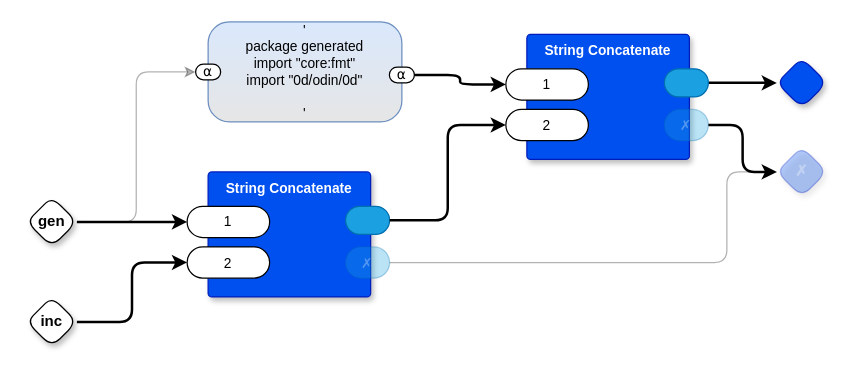
Earlier version of the draw.io diagram page "Combine Generated Code" (11 of 14) of gen0d.drawio (guitarvydas/gen0d). Source tidied: cells renumbered, new cells numbered last; positions are measured from the earlier drawing's top-left corner, leaving out a move shared by most shapes. Both pictures are drawn from the tidied source at 125%, with x=0, y=0 at pixel (26, 21).
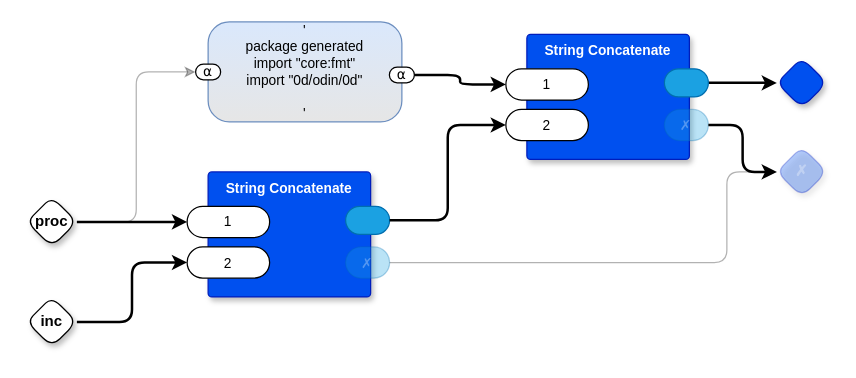
The same diagram, later.

What changed in the source:
```diff
@@
-    <mxCell id="12" value="gen" style="rhombus;whiteSpace=wrap;html=1;rounded=1;fontStyle=1;glass=0;sketch=0;fontSize=12;points=[[0,0.5,0,0,0],[0.5,0,0,0,0],[0.5,1,0,0,0],[1,0.5,0,0,0]];shadow=1;fontFamily=Helvetica;fontColor=default;" parent="1" vertex="1">
+    <mxCell id="12" value="proc" style="rhombus;whiteSpace=wrap;html=1;rounded=1;fontStyle=1;glass=0;sketch=0;fontSize=12;points=[[0,0.5,0,0,0],[0.5,0,0,0,0],[0.5,1,0,0,0],[1,0.5,0,0,0]];shadow=1;fontFamily=Helvetica;fontColor=default;" parent="1" vertex="1">
       <mxGeometry y="140" width="40" height="40" as="geometry" />
     </mxCell>
```
